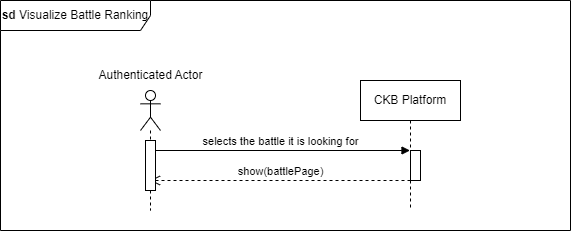
Before: RASD/images/sequence_diagrams/ClassDiagram-UC12-SequenceDiagram.png, a diagram exported from draw.io (pontig/sw-eng-2-PasiniPontiggiaStasi). Source tidied: cells renumbered, new cells last; positions are measured from the earlier drawing's top-left corner, leaving out a move shared by most shapes. Source of this version:
```xml
<mxGraphModel>
  <root>
    <mxCell id="0" />
    <mxCell id="1" parent="0" />
    <mxCell id="2" style="shape=umlLifeline;perimeter=lifelinePerimeter;whiteSpace=wrap;html=1;outlineConnect=0;portConstraint=eastwest;newEdgeStyle={&quot;curved&quot;:0,&quot;rounded&quot;:0};participant=umlActor;" parent="1" vertex="1">
      <mxGeometry x="140" y="90" width="20" height="120" as="geometry" />
    </mxCell>
    <mxCell id="3" value="CKB Platform" style="shape=umlLifeline;perimeter=lifelinePerimeter;whiteSpace=wrap;html=1;outlineConnect=0;portConstraint=eastwest;newEdgeStyle={&quot;curved&quot;:0,&quot;rounded&quot;:0};" parent="1" vertex="1">
      <mxGeometry x="360" y="80" width="100" height="130" as="geometry" />
    </mxCell>
    <mxCell id="4" style="html=1;perimeter=orthogonalPerimeter;targetShapes=umlLifeline;newEdgeStyle={&quot;curved&quot;:0,&quot;rounded&quot;:0};" parent="3" vertex="1">
      <mxGeometry x="50" y="70" width="10" height="30" as="geometry" />
    </mxCell>
    <mxCell id="5" value="Authenticated Actor" style="text;html=1;align=center;verticalAlign=middle;strokeColor=none;fillColor=none;" parent="1" vertex="1">
      <mxGeometry x="85" y="60" width="130" height="30" as="geometry" />
    </mxCell>
    <mxCell id="6" value="&lt;b&gt;sd &lt;/b&gt;Visualize Battle Ranking" style="shape=umlFrame;whiteSpace=wrap;html=1;width=150;height=30;" parent="1" vertex="1">
      <mxGeometry width="570" height="230" as="geometry" />
    </mxCell>
    <mxCell id="7" value="selects the battle it is looking for" style="html=1;verticalAlign=bottom;endArrow=block;curved=0;rounded=0;" parent="1" edge="1" target="3">
      <mxGeometry relative="1" as="geometry">
        <mxPoint x="150" y="150" as="sourcePoint" />
      </mxGeometry>
    </mxCell>
    <mxCell id="8" value="show(battlePage)" style="html=1;verticalAlign=bottom;endArrow=open;dashed=1;endSize=8;curved=0;rounded=0;" parent="1" edge="1" target="2">
      <mxGeometry relative="1" as="geometry">
        <mxPoint x="410" y="180" as="sourcePoint" />
      </mxGeometry>
    </mxCell>
    <mxCell id="9" style="html=1;perimeter=orthogonalPerimeter;targetShapes=umlLifeline;newEdgeStyle={&quot;curved&quot;:0,&quot;rounded&quot;:0};" parent="1" vertex="1">
      <mxGeometry x="145" y="140" width="10" height="50" as="geometry" />
    </mxCell>
  </root>
</mxGraphModel>
```
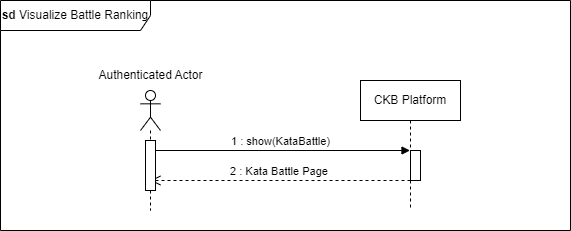
The same diagram one commit later.

Commit message:
fixed class diagram and sequence diagrams of my use cases

Diff of the diagram source:
```diff
@@ -17,12 +17,12 @@
     <mxCell id="6" value="&lt;b&gt;sd &lt;/b&gt;Visualize Battle Ranking" style="shape=umlFrame;whiteSpace=wrap;html=1;width=150;height=30;" parent="1" vertex="1">
       <mxGeometry width="570" height="230" as="geometry" />
     </mxCell>
-    <mxCell id="7" value="selects the battle it is looking for" style="html=1;verticalAlign=bottom;endArrow=block;curved=0;rounded=0;" parent="1" edge="1" target="3">
+    <mxCell id="7" value="1 : show(KataBattle)" style="html=1;verticalAlign=bottom;endArrow=block;curved=0;rounded=0;" parent="1" edge="1" target="3">
       <mxGeometry relative="1" as="geometry">
         <mxPoint x="150" y="150" as="sourcePoint" />
       </mxGeometry>
     </mxCell>
-    <mxCell id="8" value="show(battlePage)" style="html=1;verticalAlign=bottom;endArrow=open;dashed=1;endSize=8;curved=0;rounded=0;" parent="1" edge="1" target="2">
+    <mxCell id="8" value="2 : Kata Battle Page&amp;nbsp;" style="html=1;verticalAlign=bottom;endArrow=open;dashed=1;endSize=8;curved=0;rounded=0;" parent="1" edge="1" target="2">
       <mxGeometry relative="1" as="geometry">
         <mxPoint x="410" y="180" as="sourcePoint" />
       </mxGeometry>
```
